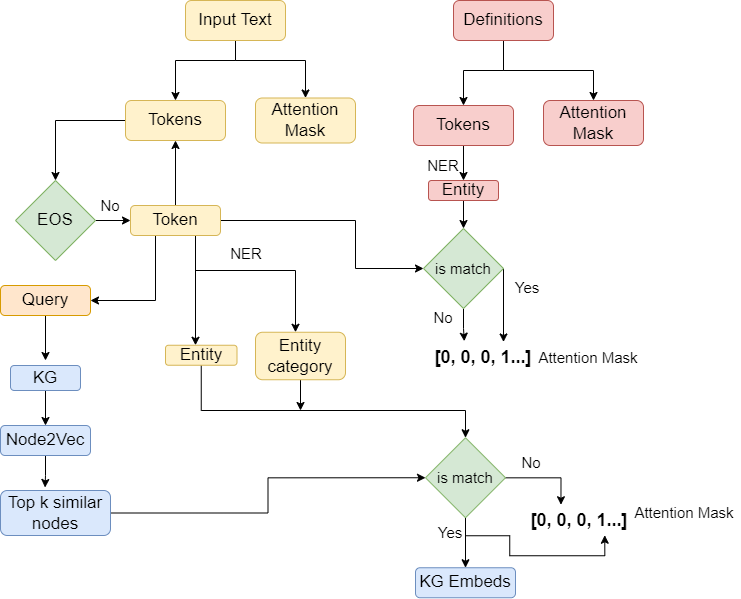
This is Dataloader.drawio.png from yoviny/DrawIO, a draw.io export, as it was before one commit. Source tidied: cells renumbered, new cells last; positions are measured from the earlier drawing's top-left corner, leaving out a move shared by most shapes.
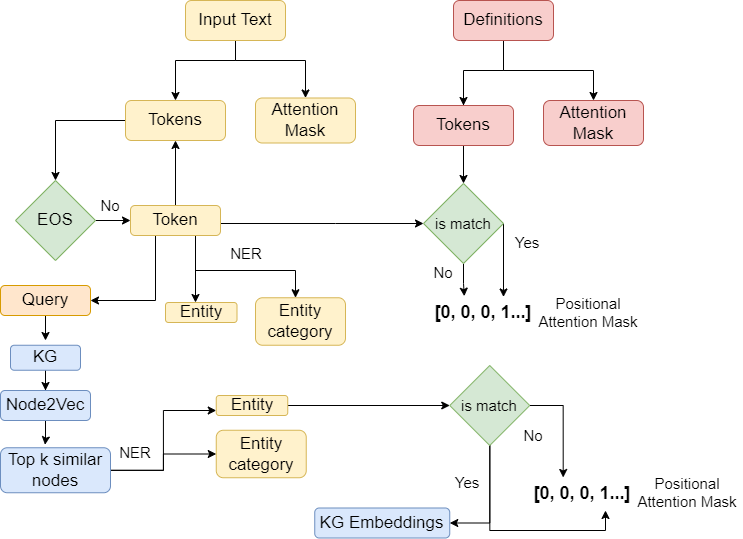
Above is the later version.

Change to the diagram source:
```diff
@@ -25,7 +25,7 @@
       <mxGeometry relative="1" as="geometry" />
     </mxCell>
     <mxCell id="6" value="&lt;font style=&quot;font-size: 17px;&quot;&gt;KG&lt;/font&gt;" style="rounded=1;whiteSpace=wrap;html=1;fillColor=#dae8fc;strokeColor=#6c8ebf;" parent="1" vertex="1">
-      <mxGeometry x="10" y="365" width="70" height="25" as="geometry" />
+      <mxGeometry x="10" y="344.8" width="70" height="25" as="geometry" />
     </mxCell>
     <mxCell id="7" style="edgeStyle=orthogonalEdgeStyle;rounded=0;jettySize=auto;html=1;entryX=0.5;entryY=0;entryDx=0;entryDy=0;" parent="1" edge="1" source="9" target="14">
       <mxGeometry relative="1" as="geometry">
@@ -54,9 +54,11 @@
     <mxCell id="12" value="&lt;font style=&quot;font-size: 17px;&quot;&gt;Attention Mask&lt;br&gt;&lt;/font&gt;" style="rounded=1;whiteSpace=wrap;html=1;fillColor=#fff2cc;strokeColor=#d6b656;" parent="1" vertex="1">
       <mxGeometry x="255" y="97.5" width="100" height="45" as="geometry" />
     </mxCell>
-    <mxCell id="13" style="edgeStyle=orthogonalEdgeStyle;rounded=0;jettySize=auto;html=1;entryX=0.5;entryY=0;entryDx=0;entryDy=0;fontSize=17;" parent="1" edge="1" source="14" target="26">
-      <mxGeometry relative="1" as="geometry" />
-    </mxCell>
+    <mxCell id="55" style="edgeStyle=orthogonalEdgeStyle;rounded=0;jettySize=auto;html=1;entryX=0.5;entryY=0;entryDx=0;entryDy=0;fontSize=17;" parent="1" edge="1" target="29">
+      <mxGeometry relative="1" as="geometry">
+        <mxPoint x="463" y="100" as="sourcePoint" />
+      </mxGeometry>
+    </mxCell>
     <mxCell id="14" value="&lt;font style=&quot;font-size: 17px;&quot;&gt;Tokens&lt;/font&gt;" style="rounded=1;whiteSpace=wrap;html=1;fillColor=#f8cecc;strokeColor=#b85450;" parent="1" vertex="1">
       <mxGeometry x="413" y="105" width="100" height="40" as="geometry" />
     </mxCell>
@@ -78,8 +80,8 @@
     <mxCell id="20" style="edgeStyle=orthogonalEdgeStyle;rounded=0;jettySize=auto;html=1;fontSize=15;entryX=0;entryY=0.5;entryDx=0;entryDy=0;" parent="1" edge="1" source="24" target="29">
       <mxGeometry relative="1" as="geometry">
         <Array as="points">
-          <mxPoint x="355" y="220" />
-          <mxPoint x="355" y="268" />
+          <mxPoint x="335" y="223" />
+          <mxPoint x="335" y="223" />
         </Array>
       </mxGeometry>
     </mxCell>
@@ -109,17 +111,11 @@
     <mxCell id="24" value="&lt;font style=&quot;font-size: 17px;&quot;&gt;Token&lt;/font&gt;" style="rounded=1;whiteSpace=wrap;html=1;fillColor=#fff2cc;strokeColor=#d6b656;" parent="1" vertex="1">
       <mxGeometry x="130" y="205" width="90" height="30" as="geometry" />
     </mxCell>
-    <mxCell id="25" style="edgeStyle=orthogonalEdgeStyle;rounded=0;jettySize=auto;html=1;entryX=0.5;entryY=0;entryDx=0;entryDy=0;fontSize=17;" parent="1" edge="1" source="26" target="29">
-      <mxGeometry relative="1" as="geometry" />
-    </mxCell>
-    <mxCell id="26" value="&lt;span style=&quot;font-size: 17px;&quot;&gt;Entity&lt;/span&gt;" style="rounded=1;whiteSpace=wrap;html=1;fillColor=#f8cecc;strokeColor=#b85450;" parent="1" vertex="1">
-      <mxGeometry x="428" y="180" width="70" height="20" as="geometry" />
-    </mxCell>
     <mxCell id="27" style="edgeStyle=orthogonalEdgeStyle;rounded=0;jettySize=auto;html=1;entryX=0.7;entryY=-0.017;entryDx=0;entryDy=0;entryPerimeter=0;fontSize=18;" parent="1" edge="1" source="29" target="31">
       <mxGeometry relative="1" as="geometry">
         <Array as="points">
-          <mxPoint x="503" y="268" />
-          <mxPoint x="503" y="268" />
+          <mxPoint x="503" y="223" />
+          <mxPoint x="503" y="223" />
         </Array>
       </mxGeometry>
     </mxCell>
@@ -127,26 +123,23 @@
       <mxGeometry relative="1" as="geometry" />
     </mxCell>
     <mxCell id="29" value="is match" style="rhombus;whiteSpace=wrap;html=1;fontSize=15;fillColor=#d5e8d4;strokeColor=#82b366;" parent="1" vertex="1">
-      <mxGeometry x="423" y="228" width="80" height="80" as="geometry" />
+      <mxGeometry x="423" y="183" width="80" height="80" as="geometry" />
     </mxCell>
     <mxCell id="30" value="Yes" style="text;html=1;strokeColor=none;fillColor=none;align=center;verticalAlign=middle;whiteSpace=wrap;rounded=0;fontSize=15;" parent="1" vertex="1">
-      <mxGeometry x="496.5" y="272" width="60" height="30" as="geometry" />
+      <mxGeometry x="496.5" y="227" width="60" height="30" as="geometry" />
     </mxCell>
     <mxCell id="31" value="&lt;b&gt;&lt;font style=&quot;font-size: 18px;&quot;&gt;[0, 0, 0, 1...]&lt;/font&gt;&lt;/b&gt;" style="text;html=1;strokeColor=none;fillColor=none;align=center;verticalAlign=middle;whiteSpace=wrap;rounded=0;fontSize=15;" parent="1" vertex="1">
-      <mxGeometry x="433" y="342" width="100" height="30" as="geometry" />
+      <mxGeometry x="433" y="297" width="100" height="30" as="geometry" />
     </mxCell>
     <mxCell id="32" value="No" style="text;html=1;strokeColor=none;fillColor=none;align=center;verticalAlign=middle;whiteSpace=wrap;rounded=0;fontSize=15;" parent="1" vertex="1">
-      <mxGeometry x="413" y="302" width="60" height="30" as="geometry" />
+      <mxGeometry x="413" y="257" width="60" height="30" as="geometry" />
     </mxCell>
-    <mxCell id="33" value="Attention Mask" style="text;html=1;strokeColor=none;fillColor=none;align=center;verticalAlign=middle;whiteSpace=wrap;rounded=0;fontSize=15;" parent="1" vertex="1">
-      <mxGeometry x="533" y="342" width="110" height="30" as="geometry" />
+    <mxCell id="33" value="Positional Attention Mask" style="text;html=1;strokeColor=none;fillColor=none;align=center;verticalAlign=middle;whiteSpace=wrap;rounded=0;fontSize=15;" parent="1" vertex="1">
+      <mxGeometry x="533" y="297" width="110" height="30" as="geometry" />
     </mxCell>
-    <mxCell id="34" value="NER" style="text;html=1;strokeColor=none;fillColor=none;align=center;verticalAlign=middle;whiteSpace=wrap;rounded=0;fontSize=15;" parent="1" vertex="1">
-      <mxGeometry x="413" y="150" width="60" height="30" as="geometry" />
-    </mxCell>
     <mxCell id="35" style="edgeStyle=orthogonalEdgeStyle;rounded=0;jettySize=auto;html=1;" parent="1" edge="1" source="36">
       <mxGeometry relative="1" as="geometry">
-        <mxPoint x="45" y="360" as="targetPoint" />
+        <mxPoint x="45" y="340" as="targetPoint" />
       </mxGeometry>
     </mxCell>
     <mxCell id="36" value="&lt;font style=&quot;font-size: 17px;&quot;&gt;Query&lt;/font&gt;" style="rounded=1;whiteSpace=wrap;html=1;fillColor=#ffe6cc;strokeColor=#d79b00;" parent="1" vertex="1">
@@ -156,69 +149,74 @@
       <mxGeometry relative="1" as="geometry" />
     </mxCell>
     <mxCell id="38" value="&lt;font style=&quot;font-size: 17px;&quot;&gt;Node2Vec&lt;/font&gt;" style="rounded=1;whiteSpace=wrap;html=1;fillColor=#dae8fc;strokeColor=#6c8ebf;" parent="1" vertex="1">
-      <mxGeometry y="425" width="90" height="30" as="geometry" />
+      <mxGeometry y="390" width="90" height="30" as="geometry" />
     </mxCell>
-    <mxCell id="39" style="edgeStyle=orthogonalEdgeStyle;rounded=0;jettySize=auto;html=1;entryX=0;entryY=0.5;entryDx=0;entryDy=0;fontSize=17;" parent="1" edge="1" source="40" target="44">
-      <mxGeometry relative="1" as="geometry" />
-    </mxCell>
+    <mxCell id="56" style="edgeStyle=orthogonalEdgeStyle;rounded=0;jettySize=auto;html=1;entryX=0;entryY=0.75;entryDx=0;entryDy=0;fontSize=17;" parent="1" edge="1" source="40" target="26">
+      <mxGeometry relative="1" as="geometry" />
+    </mxCell>
+    <mxCell id="57" style="edgeStyle=orthogonalEdgeStyle;rounded=0;jettySize=auto;html=1;entryX=0;entryY=0.5;entryDx=0;entryDy=0;fontSize=17;" parent="1" edge="1" source="40" target="60">
+      <mxGeometry relative="1" as="geometry" />
+    </mxCell>
     <mxCell id="40" value="&lt;span style=&quot;font-size: 17px;&quot;&gt;Top k similar nodes&lt;/span&gt;" style="rounded=1;whiteSpace=wrap;html=1;fillColor=#dae8fc;strokeColor=#6c8ebf;" parent="1" vertex="1">
-      <mxGeometry y="490" width="110" height="45" as="geometry" />
+      <mxGeometry y="447.2" width="110" height="45" as="geometry" />
     </mxCell>
     <mxCell id="41" style="edgeStyle=orthogonalEdgeStyle;rounded=0;jettySize=auto;html=1;entryX=0.312;entryY=-0.017;entryDx=0;entryDy=0;entryPerimeter=0;fontSize=17;" parent="1" edge="1" source="44" target="50">
-      <mxGeometry relative="1" as="geometry" />
+      <mxGeometry relative="1" as="geometry">
+        <Array as="points">
+          <mxPoint x="563" y="405" />
+        </Array>
+      </mxGeometry>
     </mxCell>
+    <mxCell id="58" style="edgeStyle=orthogonalEdgeStyle;rounded=0;jettySize=auto;html=1;fontSize=17;" parent="1" edge="1" source="44">
+      <mxGeometry relative="1" as="geometry">
+        <mxPoint x="605" y="510" as="targetPoint" />
+        <Array as="points">
+          <mxPoint x="489" y="530" />
+          <mxPoint x="605" y="530" />
+        </Array>
+      </mxGeometry>
+    </mxCell>
-    <mxCell id="42" style="edgeStyle=orthogonalEdgeStyle;rounded=0;jettySize=auto;html=1;entryX=0.5;entryY=0;entryDx=0;entryDy=0;fontSize=17;" parent="1" edge="1" source="44" target="54">
+    <mxCell id="42" style="edgeStyle=orthogonalEdgeStyle;rounded=0;jettySize=auto;html=1;entryX=1;entryY=0.5;entryDx=0;entryDy=0;fontSize=17;" parent="1" edge="1" source="44" target="54">
       <mxGeometry relative="1" as="geometry" />
     </mxCell>
-    <mxCell id="43" style="edgeStyle=orthogonalEdgeStyle;rounded=0;jettySize=auto;html=1;entryX=0.75;entryY=1;entryDx=0;entryDy=0;fontSize=17;" parent="1" edge="1" source="44" target="50">
-      <mxGeometry relative="1" as="geometry">
-        <Array as="points">
-          <mxPoint x="465.2" y="535.2" />
-          <mxPoint x="509.2" y="535.2" />
-          <mxPoint x="509.2" y="555.2" />
-          <mxPoint x="604.2" y="555.2" />
-        </Array>
-      </mxGeometry>
-    </mxCell>
     <mxCell id="44" value="is match" style="rhombus;whiteSpace=wrap;html=1;fontSize=15;fillColor=#d5e8d4;strokeColor=#82b366;" parent="1" vertex="1">
-      <mxGeometry x="425" y="437.2" width="80" height="80" as="geometry" />
+      <mxGeometry x="449.2" y="365" width="80" height="80" as="geometry" />
     </mxCell>
-    <mxCell id="45" style="edgeStyle=orthogonalEdgeStyle;rounded=0;jettySize=auto;html=1;fontSize=17;" parent="1" edge="1" source="46">
-      <mxGeometry relative="1" as="geometry">
-        <mxPoint x="300" y="410" as="targetPoint" />
-      </mxGeometry>
-    </mxCell>
     <mxCell id="46" value="&lt;font style=&quot;font-size: 17px;&quot;&gt;Entity category&lt;/font&gt;" style="rounded=1;whiteSpace=wrap;html=1;fillColor=#fff2cc;strokeColor=#d6b656;" parent="1" vertex="1">
-      <mxGeometry x="255" y="331.8" width="90" height="47.5" as="geometry" />
+      <mxGeometry x="255" y="297.2" width="90" height="47.5" as="geometry" />
     </mxCell>
-    <mxCell id="47" style="edgeStyle=orthogonalEdgeStyle;rounded=0;jettySize=auto;html=1;fontSize=17;" parent="1" edge="1" source="48" target="44">
-      <mxGeometry relative="1" as="geometry">
-        <Array as="points">
-          <mxPoint x="201" y="410" />
-          <mxPoint x="465" y="410" />
-        </Array>
-      </mxGeometry>
-    </mxCell>
     <mxCell id="48" value="&lt;span style=&quot;font-size: 17px;&quot;&gt;Entity&lt;/span&gt;" style="rounded=1;whiteSpace=wrap;html=1;fillColor=#fff2cc;strokeColor=#d6b656;" parent="1" vertex="1">
-      <mxGeometry x="165" y="344.8" width="71.5" height="20" as="geometry" />
+      <mxGeometry x="165" y="302" width="71.5" height="20" as="geometry" />
     </mxCell>
     <mxCell id="49" value="NER" style="text;html=1;strokeColor=none;fillColor=none;align=center;verticalAlign=middle;whiteSpace=wrap;rounded=0;fontSize=15;" parent="1" vertex="1">
       <mxGeometry x="215.8" y="237.8" width="60" height="30" as="geometry" />
     </mxCell>
     <mxCell id="50" value="&lt;b&gt;&lt;font style=&quot;font-size: 18px;&quot;&gt;[0, 0, 0, 1...]&lt;/font&gt;&lt;/b&gt;" style="text;html=1;strokeColor=none;fillColor=none;align=center;verticalAlign=middle;whiteSpace=wrap;rounded=0;fontSize=15;" parent="1" vertex="1">
-      <mxGeometry x="529.2" y="504.8" width="100" height="30" as="geometry" />
+      <mxGeometry x="531.5" y="477.5" width="100" height="30" as="geometry" />
     </mxCell>
-    <mxCell id="51" value="Attention Mask" style="text;html=1;strokeColor=none;fillColor=none;align=center;verticalAlign=middle;whiteSpace=wrap;rounded=0;fontSize=15;" parent="1" vertex="1">
-      <mxGeometry x="629.2" y="497.2" width="110" height="30" as="geometry" />
-    </mxCell>
     <mxCell id="52" value="Yes" style="text;html=1;strokeColor=none;fillColor=none;align=center;verticalAlign=middle;whiteSpace=wrap;rounded=0;fontSize=15;" parent="1" vertex="1">
-      <mxGeometry x="420" y="517.2" width="60" height="30" as="geometry" />
+      <mxGeometry x="436.5" y="467.2" width="60" height="30" as="geometry" />
     </mxCell>
     <mxCell id="53" value="No" style="text;html=1;strokeColor=none;fillColor=none;align=center;verticalAlign=middle;whiteSpace=wrap;rounded=0;fontSize=15;" parent="1" vertex="1">
-      <mxGeometry x="500.8" y="447.2" width="60" height="30" as="geometry" />
+      <mxGeometry x="503" y="420" width="60" height="30" as="geometry" />
     </mxCell>
-    <mxCell id="54" value="&lt;font style=&quot;font-size: 17px;&quot;&gt;KG Embeds&lt;/font&gt;" style="rounded=1;whiteSpace=wrap;html=1;fillColor=#dae8fc;strokeColor=#6c8ebf;" parent="1" vertex="1">
-      <mxGeometry x="415" y="567.2" width="100" height="30" as="geometry" />
+    <mxCell id="54" value="&lt;font style=&quot;font-size: 17px;&quot;&gt;KG Embeddings&lt;/font&gt;" style="rounded=1;whiteSpace=wrap;html=1;fillColor=#dae8fc;strokeColor=#6c8ebf;" parent="1" vertex="1">
+      <mxGeometry x="314.2" y="507.5" width="135" height="30" as="geometry" />
     </mxCell>
+    <mxCell id="59" style="edgeStyle=orthogonalEdgeStyle;rounded=0;jettySize=auto;html=1;entryX=0;entryY=0.5;entryDx=0;entryDy=0;fontSize=17;" parent="1" edge="1" source="26" target="44">
+      <mxGeometry relative="1" as="geometry" />
+    </mxCell>
+    <mxCell id="26" value="&lt;span style=&quot;font-size: 17px;&quot;&gt;Entity&lt;/span&gt;" style="rounded=1;whiteSpace=wrap;html=1;fillColor=#fff2cc;strokeColor=#d6b656;" parent="1" vertex="1">
+      <mxGeometry x="215.8" y="395" width="71.5" height="20" as="geometry" />
+    </mxCell>
+    <mxCell id="60" value="&lt;font style=&quot;font-size: 17px;&quot;&gt;Entity category&lt;/font&gt;" style="rounded=1;whiteSpace=wrap;html=1;fillColor=#fff2cc;strokeColor=#d6b656;" parent="1" vertex="1">
+      <mxGeometry x="215.8" y="429.8" width="90" height="47.5" as="geometry" />
+    </mxCell>
+    <mxCell id="34" value="NER" style="text;html=1;strokeColor=none;fillColor=none;align=center;verticalAlign=middle;whiteSpace=wrap;rounded=0;fontSize=15;" parent="1" vertex="1">
+      <mxGeometry x="105" y="437.2" width="60" height="30" as="geometry" />
+    </mxCell>
+    <mxCell id="61" value="Positional Attention Mask" style="text;html=1;strokeColor=none;fillColor=none;align=center;verticalAlign=middle;whiteSpace=wrap;rounded=0;fontSize=15;" parent="1" vertex="1">
+      <mxGeometry x="631.5" y="477.2" width="110" height="30" as="geometry" />
+    </mxCell>
   </root>
 </mxGraphModel>
```
